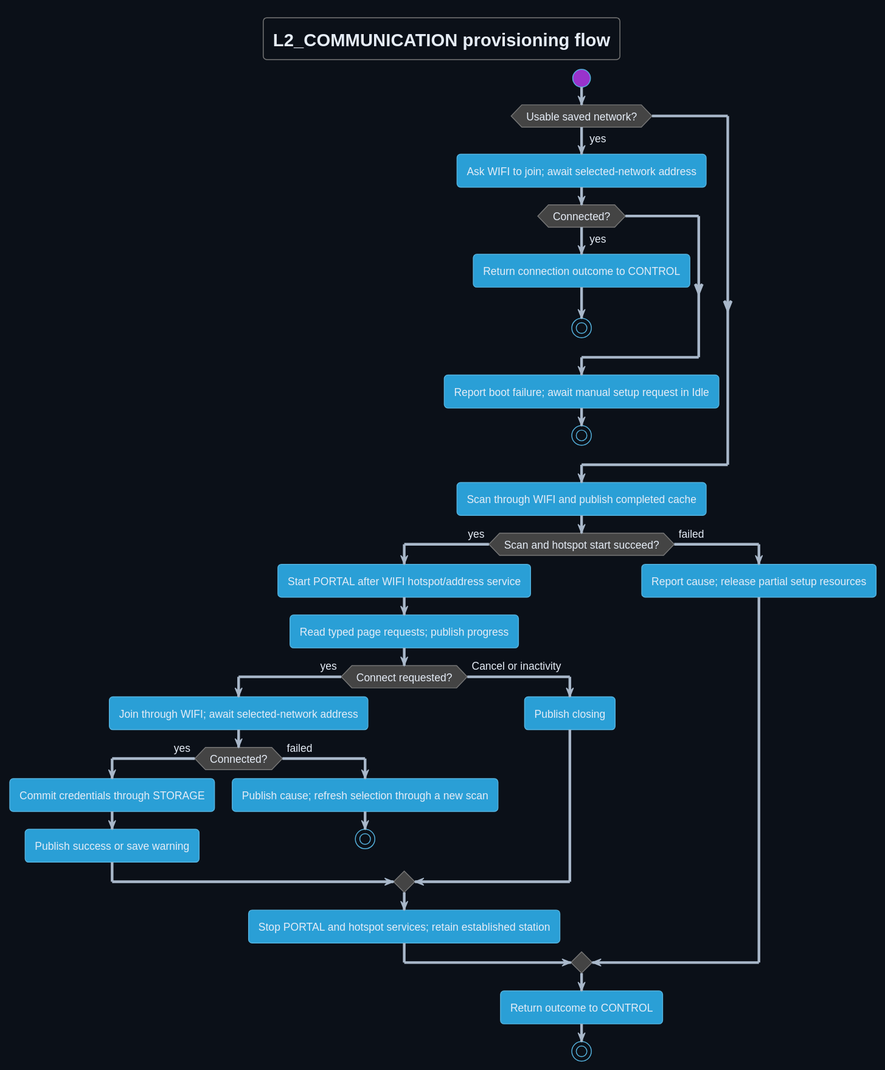
DemonicPsychoII/DigitalStethoscope keeps this PlantUML diagram as Development/system/architecture/COMMUNICATION/rendered/setup_flow.svg. Above is the earlier version. Source of this version:
```plantuml
@startuml
!theme cyborg
skinparam shadowing false
skinparam defaultFontName SansSerif
skinparam backgroundColor #0b1018
skinparam defaultFontColor #e6edf7
skinparam ArrowColor #a9b8ca
title L2_COMMUNICATION provisioning flow
start
if (Usable saved network?) then (yes)
 :Ask WIFI to join; await selected-network address;
 if (Connected?) then (yes)
  :Return connection outcome to CONTROL;
  stop
 endif
 :Report boot failure; await manual setup request in Idle;
 stop
endif
:Scan through WIFI and publish completed cache;
if (Scan and hotspot start succeed?) then (yes)
 :Start PORTAL after WIFI hotspot/address service;
 :Read typed page requests; publish progress;
 if (Connect requested?) then (yes)
  :Join through WIFI; await selected-network address;
  if (Connected?) then (yes)
   :Commit credentials through STORAGE;
   :Publish success or save warning;
  else (failed)
   :Publish cause; refresh selection through a new scan;
   stop
  endif
 else (Cancel or inactivity)
  :Publish closing;
 endif
 :Stop PORTAL and hotspot services; retain established station;
else (failed)
 :Report cause; release partial setup resources;
endif
:Return outcome to CONTROL;
stop
@enduml
```
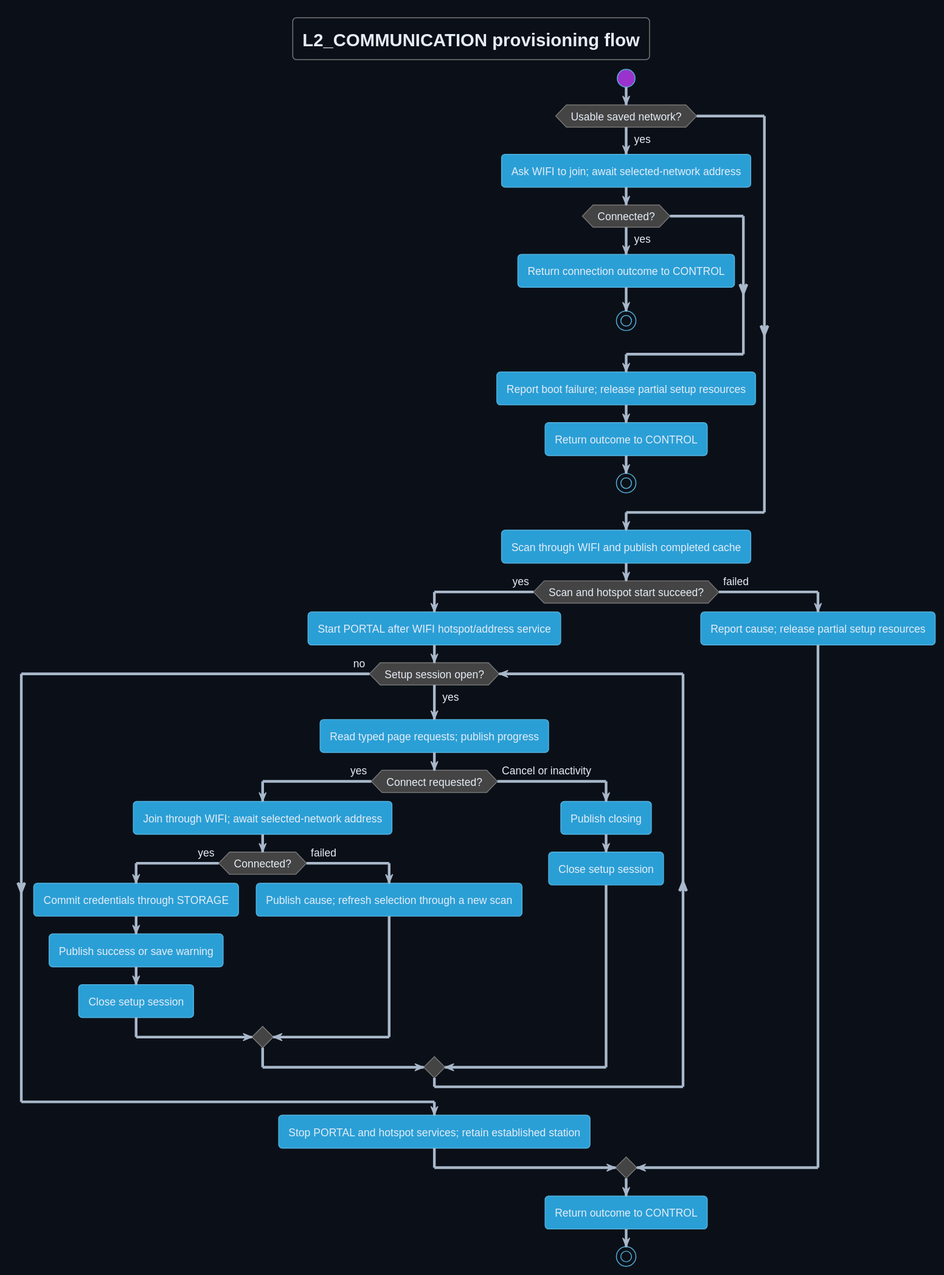
Later version of the same file.

Commit message:
docs: loop failed portal connects and hold lease through recovery provisioning

Change to the diagram source:
```diff
@@ -13,25 +13,29 @@
   :Return connection outcome to CONTROL;
   stop
  endif
- :Report boot failure; await manual setup request in Idle;
+ :Report boot failure; release partial setup resources;
+ :Return outcome to CONTROL;
  stop
 endif
 :Scan through WIFI and publish completed cache;
 if (Scan and hotspot start succeed?) then (yes)
  :Start PORTAL after WIFI hotspot/address service;
- :Read typed page requests; publish progress;
- if (Connect requested?) then (yes)
-  :Join through WIFI; await selected-network address;
-  if (Connected?) then (yes)
-   :Commit credentials through STORAGE;
-   :Publish success or save warning;
-  else (failed)
-   :Publish cause; refresh selection through a new scan;
-   stop
+ while (Setup session open?) is (yes)
+  :Read typed page requests; publish progress;
+  if (Connect requested?) then (yes)
+   :Join through WIFI; await selected-network address;
+   if (Connected?) then (yes)
+    :Commit credentials through STORAGE;
+    :Publish success or save warning;
+    :Close setup session;
+   else (failed)
+    :Publish cause; refresh selection through a new scan;
+   endif
+  else (Cancel or inactivity)
+   :Publish closing;
+   :Close setup session;
   endif
- else (Cancel or inactivity)
-  :Publish closing;
- endif
+ endwhile (no)
  :Stop PORTAL and hotspot services; retain established station;
 else (failed)
  :Report cause; release partial setup resources;
```
